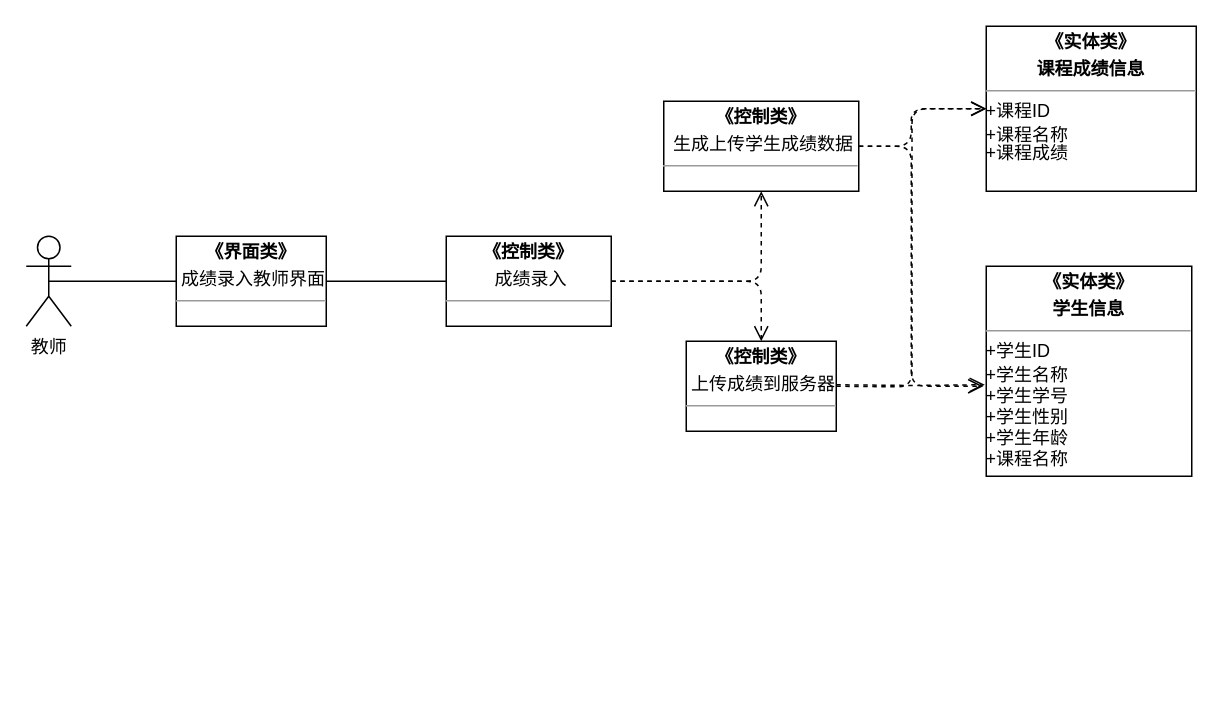
lds55/-UML keeps this draw.io diagram as 成绩查询类图.drawio. Above is the earlier version. Source tidied: cells renumbered, new cells numbered last; positions are measured from the earlier drawing's top-left corner, leaving out a move shared by most shapes. Both pictures are drawn from the tidied source at 150%, with x=0, y=0 at pixel (26, 26).
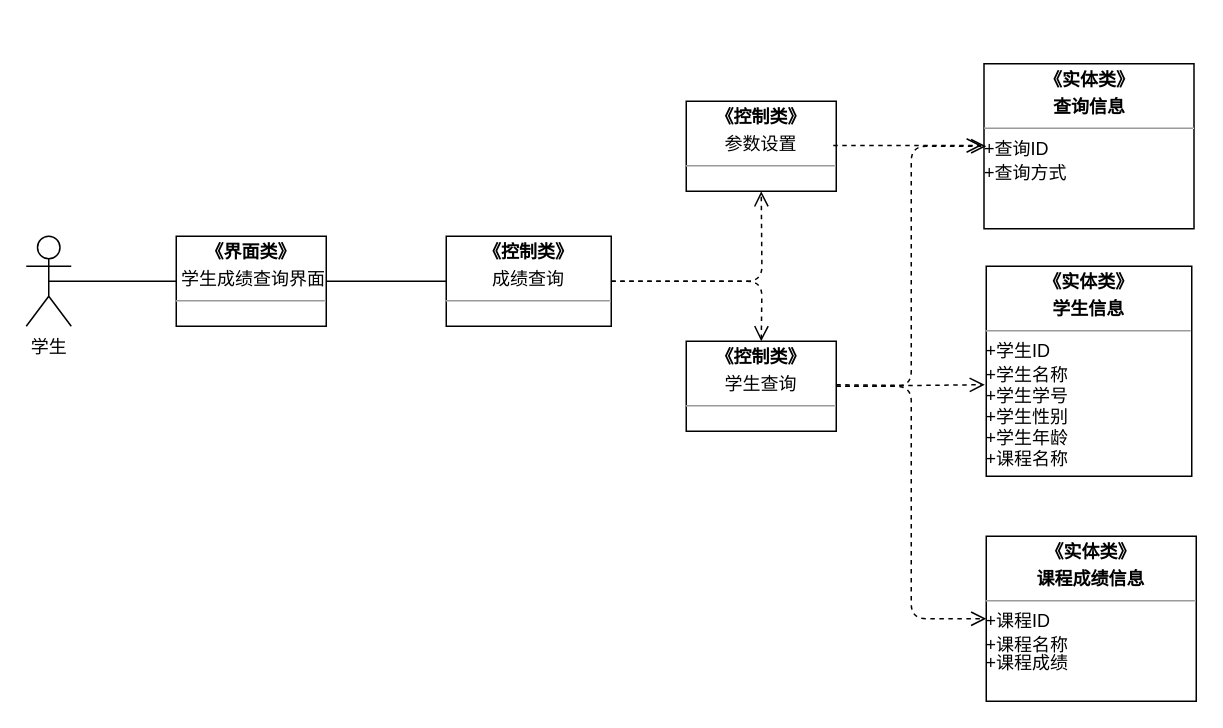
The same page after the edit.

Commit message (it also covers changes not shown here):
更新成绩查询类图.drawio

The edit, as a diff of the source:
```diff
@@
-    <mxCell id="2" value="教师" style="shape=umlActor;verticalLabelPosition=bottom;labelBackgroundColor=#ffffff;verticalAlign=top;html=1;outlineConnect=0;" parent="1" vertex="1">
+    <mxCell id="2" value="学生" style="shape=umlActor;verticalLabelPosition=bottom;labelBackgroundColor=#ffffff;verticalAlign=top;html=1;outlineConnect=0;" parent="1" vertex="1">
       <mxGeometry y="140" width="30" height="60" as="geometry" />
     </mxCell>
-    <mxCell id="3" value="&lt;p style=&quot;margin: 0px ; margin-top: 4px ; text-align: center&quot;&gt;&lt;b&gt;《界面类》&lt;/b&gt;&lt;/p&gt;&lt;p style=&quot;margin: 0px ; margin-top: 4px ; text-align: center&quot;&gt;&lt;span&gt;&amp;nbsp;成绩录入教师界面&lt;/span&gt;&lt;b&gt;&lt;br&gt;&lt;/b&gt;&lt;/p&gt;&lt;hr size=&quot;1&quot;&gt;&lt;div style=&quot;height: 2px&quot;&gt;&lt;br&gt;&lt;/div&gt;" style="verticalAlign=top;align=left;overflow=fill;fontSize=12;fontFamily=Helvetica;html=1;" parent="1" vertex="1">
+    <mxCell id="3" value="&lt;p style=&quot;margin: 0px ; margin-top: 4px ; text-align: center&quot;&gt;&lt;b&gt;《界面类》&lt;/b&gt;&lt;/p&gt;&lt;p style=&quot;margin: 0px ; margin-top: 4px ; text-align: center&quot;&gt;&lt;span&gt;&amp;nbsp;学生成绩查询界面&lt;/span&gt;&lt;b&gt;&lt;br&gt;&lt;/b&gt;&lt;/p&gt;&lt;hr size=&quot;1&quot;&gt;&lt;div style=&quot;height: 2px&quot;&gt;&lt;br&gt;&lt;/div&gt;" style="verticalAlign=top;align=left;overflow=fill;fontSize=12;fontFamily=Helvetica;html=1;" parent="1" vertex="1">
       <mxGeometry x="100" y="140" width="100" height="60" as="geometry" />
     </mxCell>
-    <mxCell id="4" value="&lt;p style=&quot;margin: 0px ; margin-top: 4px ; text-align: center&quot;&gt;&lt;b&gt;《控制类》&lt;/b&gt;&lt;/p&gt;&lt;p style=&quot;margin: 0px ; margin-top: 4px ; text-align: center&quot;&gt;&lt;span&gt;&amp;nbsp;成绩录入&lt;/span&gt;&lt;/p&gt;&lt;hr size=&quot;1&quot;&gt;&lt;div style=&quot;height: 2px&quot;&gt;&lt;br&gt;&lt;/div&gt;" style="verticalAlign=top;align=left;overflow=fill;fontSize=12;fontFamily=Helvetica;html=1;" parent="1" vertex="1">
+    <mxCell id="4" value="&lt;p style=&quot;margin: 0px ; margin-top: 4px ; text-align: center&quot;&gt;&lt;b&gt;《控制类》&lt;/b&gt;&lt;/p&gt;&lt;p style=&quot;margin: 0px ; margin-top: 4px ; text-align: center&quot;&gt;&lt;span&gt;成绩查询&lt;/span&gt;&lt;/p&gt;&lt;hr size=&quot;1&quot;&gt;&lt;div style=&quot;height: 2px&quot;&gt;&lt;br&gt;&lt;/div&gt;" style="verticalAlign=top;align=left;overflow=fill;fontSize=12;fontFamily=Helvetica;html=1;" parent="1" vertex="1">
       <mxGeometry x="280" y="140" width="110" height="60" as="geometry" />
     </mxCell>
-    <mxCell id="5" value="&lt;p style=&quot;margin: 0px ; margin-top: 4px ; text-align: center&quot;&gt;&lt;b&gt;《控制类》&lt;/b&gt;&lt;/p&gt;&lt;p style=&quot;margin: 0px ; margin-top: 4px ; text-align: center&quot;&gt;&lt;span&gt;&amp;nbsp;生成上传学生&lt;/span&gt;&lt;span&gt;成绩数据&lt;/span&gt;&lt;b&gt;&lt;br&gt;&lt;/b&gt;&lt;/p&gt;&lt;hr size=&quot;1&quot;&gt;&lt;div style=&quot;height: 2px&quot;&gt;&lt;br&gt;&lt;/div&gt;" style="verticalAlign=top;align=left;overflow=fill;fontSize=12;fontFamily=Helvetica;html=1;" parent="1" vertex="1">
-      <mxGeometry x="425" y="50" width="130" height="60" as="geometry" />
-    </mxCell>
-    <mxCell id="6" value="&lt;p style=&quot;margin: 0px ; margin-top: 4px ; text-align: center&quot;&gt;&lt;b&gt;《控制类》&lt;/b&gt;&lt;/p&gt;&lt;p style=&quot;margin: 0px ; margin-top: 4px ; text-align: center&quot;&gt;&lt;span&gt;&amp;nbsp;上传成绩到服务器&lt;/span&gt;&lt;b&gt;&lt;br&gt;&lt;/b&gt;&lt;/p&gt;&lt;hr size=&quot;1&quot;&gt;&lt;div style=&quot;height: 2px&quot;&gt;&lt;br&gt;&lt;/div&gt;" style="verticalAlign=top;align=left;overflow=fill;fontSize=12;fontFamily=Helvetica;html=1;" parent="1" vertex="1">
-      <mxGeometry x="440" y="210" width="100" height="60" as="geometry" />
-    </mxCell>
     <mxCell id="7" value="&lt;p style=&quot;margin: 0px ; margin-top: 4px ; text-align: center&quot;&gt;&lt;b&gt;《实体类》&lt;/b&gt;&lt;/p&gt;&lt;p style=&quot;margin: 0px ; margin-top: 4px ; text-align: center&quot;&gt;&lt;b&gt;课程成绩信息&lt;/b&gt;&lt;/p&gt;&lt;hr size=&quot;1&quot;&gt;&lt;div style=&quot;height: 2px&quot;&gt;+课程ID&lt;/div&gt;&lt;div style=&quot;height: 2px&quot;&gt;&lt;br&gt;&lt;/div&gt;&lt;div style=&quot;height: 2px&quot;&gt;&lt;br&gt;&lt;/div&gt;&lt;div style=&quot;height: 2px&quot;&gt;&lt;br&gt;&lt;/div&gt;&lt;div style=&quot;height: 2px&quot;&gt;&lt;br&gt;&lt;/div&gt;&lt;div style=&quot;height: 2px&quot;&gt;&lt;br&gt;&lt;/div&gt;&lt;div style=&quot;height: 2px&quot;&gt;&lt;br&gt;&lt;/div&gt;&lt;div style=&quot;height: 2px&quot;&gt;&lt;br&gt;&lt;/div&gt;&lt;div style=&quot;height: 2px&quot;&gt;+课程名称&lt;/div&gt;&lt;div style=&quot;height: 2px&quot;&gt;&lt;br&gt;&lt;/div&gt;&lt;div style=&quot;height: 2px&quot;&gt;&lt;br&gt;&lt;/div&gt;&lt;div style=&quot;height: 2px&quot;&gt;&lt;br&gt;&lt;/div&gt;&lt;div style=&quot;height: 2px&quot;&gt;&lt;br&gt;&lt;/div&gt;&lt;div style=&quot;height: 2px&quot;&gt;&lt;br&gt;&lt;/div&gt;&lt;div style=&quot;height: 2px&quot;&gt;+课程成绩&lt;/div&gt;&lt;div style=&quot;height: 2px&quot;&gt;&lt;br&gt;&lt;/div&gt;&lt;div style=&quot;height: 2px&quot;&gt;&lt;br&gt;&lt;/div&gt;&lt;div style=&quot;height: 2px&quot;&gt;&lt;br&gt;&lt;/div&gt;&lt;div style=&quot;height: 2px&quot;&gt;&lt;br&gt;&lt;/div&gt;&lt;div style=&quot;height: 2px&quot;&gt;&lt;br&gt;&lt;/div&gt;&lt;div style=&quot;height: 2px&quot;&gt;&lt;br&gt;&lt;/div&gt;" style="verticalAlign=top;align=left;overflow=fill;fontSize=12;fontFamily=Helvetica;html=1;" parent="1" vertex="1">
-      <mxGeometry x="640" width="140" height="110" as="geometry" />
+      <mxGeometry x="640" y="340" width="140" height="110" as="geometry" />
     </mxCell>
@@
-    <mxCell id="11" style="html=1;verticalAlign=bottom;endArrow=open;dashed=1;endSize=8;exitX=1;exitY=0.5;exitDx=0;exitDy=0;entryX=0.5;entryY=1;entryDx=0;entryDy=0;edgeStyle=orthogonalEdgeStyle;" parent="1" edge="1" source="4" target="5">
+    <mxCell id="11" style="html=1;verticalAlign=bottom;endArrow=open;dashed=1;endSize=8;exitX=1;exitY=0.5;exitDx=0;exitDy=0;entryX=0.5;entryY=1;entryDx=0;entryDy=0;edgeStyle=orthogonalEdgeStyle;" parent="1" edge="1" source="4">
       <mxGeometry x="1" y="-54" relative="1" as="geometry">
+        <mxPoint x="490" y="110" as="targetPoint" />
         <mxPoint x="-20" y="4" as="offset" />
       </mxGeometry>
     </mxCell>
-    <mxCell id="12" style="html=1;verticalAlign=bottom;endArrow=open;dashed=1;endSize=8;entryX=0.5;entryY=0;entryDx=0;entryDy=0;edgeStyle=orthogonalEdgeStyle;" parent="1" edge="1" source="4" target="6">
+    <mxCell id="12" style="html=1;verticalAlign=bottom;endArrow=open;dashed=1;endSize=8;entryX=0.5;entryY=0;entryDx=0;entryDy=0;edgeStyle=orthogonalEdgeStyle;" parent="1" edge="1" source="4">
       <mxGeometry x="1" y="-54" relative="1" as="geometry">
+        <mxPoint x="490" y="210" as="targetPoint" />
         <mxPoint x="-20" y="4" as="offset" />
       </mxGeometry>
     </mxCell>
@@
-    <mxCell id="14" style="html=1;verticalAlign=bottom;endArrow=open;dashed=1;endSize=8;entryX=0;entryY=0.5;entryDx=0;entryDy=0;edgeStyle=orthogonalEdgeStyle;" parent="1" edge="1" target="7">
-      <mxGeometry x="1" y="-54" relative="1" as="geometry">
-        <mxPoint x="540" y="240" as="sourcePoint" />
-        <mxPoint x="-20" y="4" as="offset" />
-      </mxGeometry>
-    </mxCell>
-    <mxCell id="15" style="html=1;verticalAlign=bottom;endArrow=open;dashed=1;endSize=8;entryX=0;entryY=0.5;entryDx=0;entryDy=0;edgeStyle=orthogonalEdgeStyle;exitX=1;exitY=0.5;exitDx=0;exitDy=0;" parent="1" edge="1" source="5" target="7">
-      <mxGeometry x="1" y="-54" relative="1" as="geometry">
-        <Array as="points">
-          <mxPoint x="590" y="80" />
-          <mxPoint x="590" y="55" />
-        </Array>
-        <mxPoint x="-20" y="4" as="offset" />
-      </mxGeometry>
-    </mxCell>
-    <mxCell id="16" style="html=1;verticalAlign=bottom;endArrow=open;dashed=1;endSize=8;edgeStyle=orthogonalEdgeStyle;exitX=1;exitY=0.5;exitDx=0;exitDy=0;" parent="1" edge="1" source="5">
-      <mxGeometry x="1" y="-54" relative="1" as="geometry">
-        <mxPoint x="638" y="240" as="targetPoint" />
-        <Array as="points">
-          <mxPoint x="590" y="80" />
-          <mxPoint x="590" y="240" />
-        </Array>
-        <mxPoint x="-20" y="4" as="offset" />
-      </mxGeometry>
-    </mxCell>
+    <mxCell id="17" value="&lt;p style=&quot;margin: 0px ; margin-top: 4px ; text-align: center&quot;&gt;&lt;b&gt;《控制类》&lt;/b&gt;&lt;/p&gt;&lt;p style=&quot;margin: 0px ; margin-top: 4px ; text-align: center&quot;&gt;&lt;span&gt;参数设置&lt;/span&gt;&lt;/p&gt;&lt;hr size=&quot;1&quot;&gt;&lt;div style=&quot;height: 2px&quot;&gt;&lt;br&gt;&lt;/div&gt;" style="verticalAlign=top;align=left;overflow=fill;fontSize=12;fontFamily=Helvetica;html=1;" parent="1" vertex="1">
+      <mxGeometry x="440" y="50" width="100" height="60" as="geometry" />
+    </mxCell>
+    <mxCell id="18" value="&lt;p style=&quot;margin: 0px ; margin-top: 4px ; text-align: center&quot;&gt;&lt;b&gt;《控制类》&lt;/b&gt;&lt;/p&gt;&lt;p style=&quot;margin: 0px ; margin-top: 4px ; text-align: center&quot;&gt;&lt;span&gt;学生查询&lt;/span&gt;&lt;/p&gt;&lt;hr size=&quot;1&quot;&gt;&lt;div style=&quot;height: 2px&quot;&gt;&lt;br&gt;&lt;/div&gt;" style="verticalAlign=top;align=left;overflow=fill;fontSize=12;fontFamily=Helvetica;html=1;" parent="1" vertex="1">
+      <mxGeometry x="440" y="210" width="100" height="60" as="geometry" />
+    </mxCell>
+    <mxCell id="19" value="&lt;p style=&quot;margin: 0px ; margin-top: 4px ; text-align: center&quot;&gt;&lt;b&gt;《实体类》&lt;/b&gt;&lt;/p&gt;&lt;p style=&quot;margin: 0px ; margin-top: 4px ; text-align: center&quot;&gt;&lt;b&gt;查询信息&lt;/b&gt;&lt;/p&gt;&lt;hr size=&quot;1&quot;&gt;&lt;div style=&quot;height: 2px&quot;&gt;+查询ID&lt;/div&gt;&lt;div style=&quot;height: 2px&quot;&gt;&lt;br&gt;&lt;/div&gt;&lt;div style=&quot;height: 2px&quot;&gt;&lt;br&gt;&lt;/div&gt;&lt;div style=&quot;height: 2px&quot;&gt;&lt;br&gt;&lt;/div&gt;&lt;div style=&quot;height: 2px&quot;&gt;&lt;br&gt;&lt;/div&gt;&lt;div style=&quot;height: 2px&quot;&gt;&lt;br&gt;&lt;/div&gt;&lt;div style=&quot;height: 2px&quot;&gt;&lt;br&gt;&lt;/div&gt;&lt;div style=&quot;height: 2px&quot;&gt;&lt;br&gt;&lt;/div&gt;&lt;div style=&quot;height: 2px&quot;&gt;+查询方式&lt;/div&gt;&lt;div style=&quot;height: 2px&quot;&gt;&lt;br&gt;&lt;/div&gt;&lt;div style=&quot;height: 2px&quot;&gt;&lt;br&gt;&lt;/div&gt;&lt;div style=&quot;height: 2px&quot;&gt;&lt;br&gt;&lt;/div&gt;&lt;div style=&quot;height: 2px&quot;&gt;&lt;br&gt;&lt;/div&gt;&lt;div style=&quot;height: 2px&quot;&gt;&lt;br&gt;&lt;/div&gt;&lt;div style=&quot;height: 2px&quot;&gt;&lt;br&gt;&lt;/div&gt;&lt;div style=&quot;height: 2px&quot;&gt;&lt;br&gt;&lt;/div&gt;&lt;div style=&quot;height: 2px&quot;&gt;&lt;br&gt;&lt;/div&gt;&lt;div style=&quot;height: 2px&quot;&gt;&lt;br&gt;&lt;/div&gt;&lt;div style=&quot;height: 2px&quot;&gt;&lt;br&gt;&lt;/div&gt;&lt;div style=&quot;height: 2px&quot;&gt;&lt;br&gt;&lt;/div&gt;" style="verticalAlign=top;align=left;overflow=fill;fontSize=12;fontFamily=Helvetica;html=1;" parent="1" vertex="1">
+      <mxGeometry x="638.5" y="25" width="140" height="110" as="geometry" />
+    </mxCell>
+    <mxCell id="20" style="html=1;verticalAlign=bottom;endArrow=open;dashed=1;endSize=8;entryX=-0.007;entryY=0.564;entryDx=0;entryDy=0;edgeStyle=orthogonalEdgeStyle;entryPerimeter=0;" parent="1" edge="1">
+      <mxGeometry x="1" y="-54" relative="1" as="geometry">
+        <mxPoint x="538" y="79.5" as="sourcePoint" />
+        <mxPoint x="637" y="79.5" as="targetPoint" />
+        <mxPoint x="-20" y="4" as="offset" />
+      </mxGeometry>
+    </mxCell>
+    <mxCell id="21" style="html=1;verticalAlign=bottom;endArrow=open;dashed=1;endSize=8;edgeStyle=orthogonalEdgeStyle;exitX=1;exitY=0.5;exitDx=0;exitDy=0;" parent="1" edge="1" source="18">
+      <mxGeometry x="1" y="-54" relative="1" as="geometry">
+        <mxPoint x="640" y="80" as="targetPoint" />
+        <Array as="points">
+          <mxPoint x="590" y="240" />
+          <mxPoint x="590" y="80" />
+        </Array>
+        <mxPoint x="-20" y="4" as="offset" />
+      </mxGeometry>
+    </mxCell>
+    <mxCell id="22" style="html=1;verticalAlign=bottom;endArrow=open;dashed=1;endSize=8;entryX=0;entryY=0.5;entryDx=0;entryDy=0;edgeStyle=orthogonalEdgeStyle;exitX=1;exitY=0.5;exitDx=0;exitDy=0;" parent="1" edge="1" source="18" target="7">
+      <mxGeometry x="1" y="-54" relative="1" as="geometry">
+        <mxPoint x="-20" y="4" as="offset" />
+      </mxGeometry>
+    </mxCell>
```
